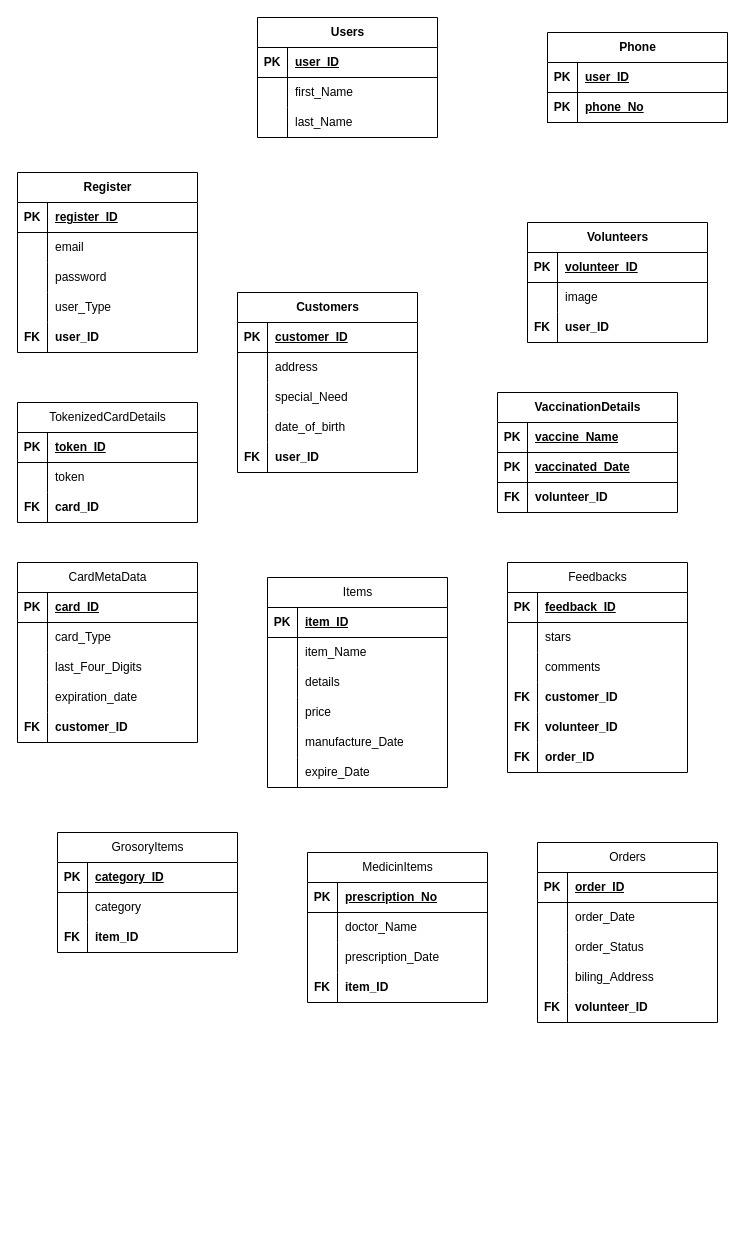
Before: System Analysis and Design ER Diagram.drawio in AnjeloM/AnjeloM, a draw.io diagram. Source tidied: cells renumbered, new cells numbered last; positions are measured from the earlier drawing's top-left corner, leaving out a move shared by most shapes. Both pictures are drawn from the tidied source at 100%, with x=0, y=0 at pixel (17, 17).
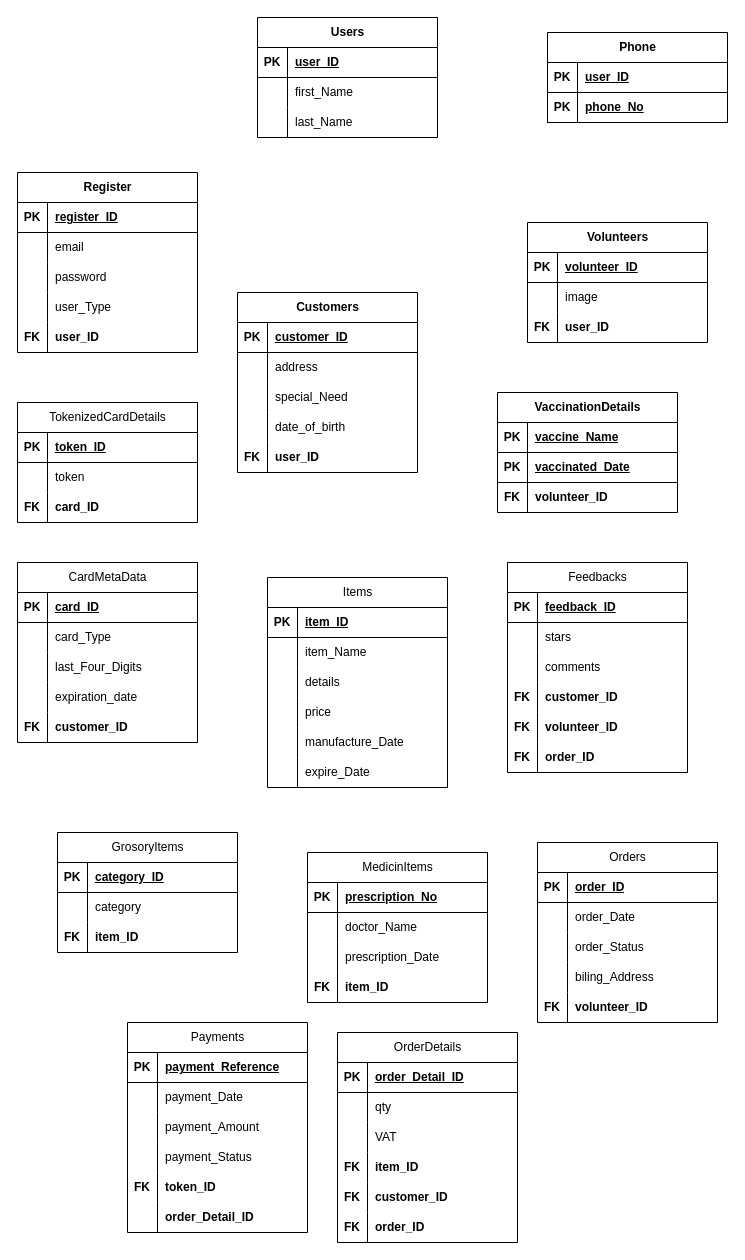
The same diagram, later.

Diff of the diagram source:
```diff
@@
+    <mxCell id="174" value="Payments" style="shape=table;startSize=30;childLayout=tableLayout;rowLines=0;fontStyle=0;align=center;html=1;" parent="1" vertex="1">
+      <mxGeometry x="110" y="1005" width="180" height="210" as="geometry" />
+    </mxCell>
+    <mxCell id="175" style="shape=tableRow;horizontal=0;startSize=0;swimlaneHead=0;swimlaneBody=0;fillColor=none;top=0;left=0;right=0;bottom=1;" parent="174" vertex="1">
+      <mxGeometry y="30" width="180" height="30" as="geometry" />
+    </mxCell>
+    <mxCell id="176" value="PK" style="shape=partialRectangle;fillColor=none;top=0;left=0;bottom=0;right=0;fontStyle=1;overflow=hidden;whiteSpace=wrap;html=1;" parent="175" vertex="1">
+      <mxGeometry width="30" height="30" as="geometry" />
+    </mxCell>
+    <mxCell id="177" value="payment_Reference" style="shape=partialRectangle;fillColor=none;top=0;left=0;bottom=0;right=0;align=left;spacingLeft=6;fontStyle=5;overflow=hidden;whiteSpace=wrap;html=1;" parent="175" vertex="1">
+      <mxGeometry x="30" width="150" height="30" as="geometry" />
+    </mxCell>
+    <mxCell id="178" style="shape=tableRow;horizontal=0;startSize=0;swimlaneHead=0;swimlaneBody=0;fillColor=none;top=0;left=0;right=0;bottom=0;" parent="174" vertex="1">
+      <mxGeometry y="60" width="180" height="30" as="geometry" />
+    </mxCell>
+    <mxCell id="179" style="shape=partialRectangle;fillColor=none;top=0;left=0;bottom=0;right=0;overflow=hidden;whiteSpace=wrap;html=1;" parent="178" vertex="1">
+      <mxGeometry width="30" height="30" as="geometry" />
+    </mxCell>
+    <mxCell id="180" value="payment_Date" style="shape=partialRectangle;fillColor=none;top=0;left=0;bottom=0;right=0;align=left;spacingLeft=6;overflow=hidden;whiteSpace=wrap;html=1;" parent="178" vertex="1">
+      <mxGeometry x="30" width="150" height="30" as="geometry" />
+    </mxCell>
+    <mxCell id="181" style="shape=tableRow;horizontal=0;startSize=0;swimlaneHead=0;swimlaneBody=0;fillColor=none;top=0;left=0;right=0;bottom=0;" parent="174" vertex="1">
+      <mxGeometry y="90" width="180" height="30" as="geometry" />
+    </mxCell>
+    <mxCell id="182" style="shape=partialRectangle;fillColor=none;top=0;left=0;bottom=0;right=0;overflow=hidden;whiteSpace=wrap;html=1;fontStyle=1;" parent="181" vertex="1">
+      <mxGeometry width="30" height="30" as="geometry" />
+    </mxCell>
+    <mxCell id="183" value="payment_Amount" style="shape=partialRectangle;fillColor=none;top=0;left=0;bottom=0;right=0;align=left;spacingLeft=6;overflow=hidden;whiteSpace=wrap;html=1;fontStyle=0;" parent="181" vertex="1">
+      <mxGeometry x="30" width="150" height="30" as="geometry" />
+    </mxCell>
+    <mxCell id="184" style="shape=tableRow;horizontal=0;startSize=0;swimlaneHead=0;swimlaneBody=0;fillColor=none;top=0;left=0;right=0;bottom=0;" parent="174" vertex="1">
+      <mxGeometry y="120" width="180" height="30" as="geometry" />
+    </mxCell>
+    <mxCell id="185" style="shape=partialRectangle;fillColor=none;top=0;left=0;bottom=0;right=0;overflow=hidden;whiteSpace=wrap;html=1;fontStyle=1;" parent="184" vertex="1">
+      <mxGeometry width="30" height="30" as="geometry" />
+    </mxCell>
+    <mxCell id="186" value="payment_Status" style="shape=partialRectangle;fillColor=none;top=0;left=0;bottom=0;right=0;align=left;spacingLeft=6;overflow=hidden;whiteSpace=wrap;html=1;fontStyle=0;" parent="184" vertex="1">
+      <mxGeometry x="30" width="150" height="30" as="geometry" />
+    </mxCell>
+    <mxCell id="187" style="shape=tableRow;horizontal=0;startSize=0;swimlaneHead=0;swimlaneBody=0;fillColor=none;top=0;left=0;right=0;bottom=0;" parent="174" vertex="1">
+      <mxGeometry y="150" width="180" height="30" as="geometry" />
+    </mxCell>
+    <mxCell id="188" value="FK" style="shape=partialRectangle;fillColor=none;top=0;left=0;bottom=0;right=0;overflow=hidden;whiteSpace=wrap;html=1;fontStyle=1;" parent="187" vertex="1">
+      <mxGeometry width="30" height="30" as="geometry" />
+    </mxCell>
+    <mxCell id="189" value="token_ID" style="shape=partialRectangle;fillColor=none;top=0;left=0;bottom=0;right=0;align=left;spacingLeft=6;overflow=hidden;whiteSpace=wrap;html=1;fontStyle=1;" parent="187" vertex="1">
+      <mxGeometry x="30" width="150" height="30" as="geometry" />
+    </mxCell>
+    <mxCell id="190" style="shape=tableRow;horizontal=0;startSize=0;swimlaneHead=0;swimlaneBody=0;fillColor=none;top=0;left=0;right=0;bottom=0;" parent="174" vertex="1">
+      <mxGeometry y="180" width="180" height="30" as="geometry" />
+    </mxCell>
+    <mxCell id="191" style="shape=partialRectangle;fillColor=none;top=0;left=0;bottom=0;right=0;overflow=hidden;whiteSpace=wrap;html=1;fontStyle=1;" parent="190" vertex="1">
+      <mxGeometry width="30" height="30" as="geometry" />
+    </mxCell>
+    <mxCell id="192" value="order_Detail_ID" style="shape=partialRectangle;fillColor=none;top=0;left=0;bottom=0;right=0;align=left;spacingLeft=6;overflow=hidden;whiteSpace=wrap;html=1;fontStyle=1;" parent="190" vertex="1">
+      <mxGeometry x="30" width="150" height="30" as="geometry" />
+    </mxCell>
+    <mxCell id="193" value="OrderDetails" style="shape=table;startSize=30;childLayout=tableLayout;rowLines=0;fontStyle=0;align=center;html=1;" parent="1" vertex="1">
+      <mxGeometry x="320" y="1015" width="180" height="210" as="geometry" />
+    </mxCell>
+    <mxCell id="194" style="shape=tableRow;horizontal=0;startSize=0;swimlaneHead=0;swimlaneBody=0;fillColor=none;top=0;left=0;right=0;bottom=1;" parent="193" vertex="1">
+      <mxGeometry y="30" width="180" height="30" as="geometry" />
+    </mxCell>
+    <mxCell id="195" value="PK" style="shape=partialRectangle;fillColor=none;top=0;left=0;bottom=0;right=0;fontStyle=1;overflow=hidden;whiteSpace=wrap;html=1;" parent="194" vertex="1">
+      <mxGeometry width="30" height="30" as="geometry" />
+    </mxCell>
+    <mxCell id="196" value="&lt;span style=&quot;text-decoration: none;&quot;&gt;order_Detail_ID&lt;/span&gt;" style="shape=partialRectangle;fillColor=none;top=0;left=0;bottom=0;right=0;align=left;spacingLeft=6;fontStyle=5;overflow=hidden;whiteSpace=wrap;html=1;" parent="194" vertex="1">
+      <mxGeometry x="30" width="150" height="30" as="geometry" />
+    </mxCell>
+    <mxCell id="197" style="shape=tableRow;horizontal=0;startSize=0;swimlaneHead=0;swimlaneBody=0;fillColor=none;top=0;left=0;right=0;bottom=0;" parent="193" vertex="1">
+      <mxGeometry y="60" width="180" height="30" as="geometry" />
+    </mxCell>
+    <mxCell id="198" style="shape=partialRectangle;fillColor=none;top=0;left=0;bottom=0;right=0;overflow=hidden;whiteSpace=wrap;html=1;" parent="197" vertex="1">
+      <mxGeometry width="30" height="30" as="geometry" />
+    </mxCell>
+    <mxCell id="199" value="qty" style="shape=partialRectangle;fillColor=none;top=0;left=0;bottom=0;right=0;align=left;spacingLeft=6;overflow=hidden;whiteSpace=wrap;html=1;" parent="197" vertex="1">
+      <mxGeometry x="30" width="150" height="30" as="geometry" />
+    </mxCell>
+    <mxCell id="200" style="shape=tableRow;horizontal=0;startSize=0;swimlaneHead=0;swimlaneBody=0;fillColor=none;top=0;left=0;right=0;bottom=0;" parent="193" vertex="1">
+      <mxGeometry y="90" width="180" height="30" as="geometry" />
+    </mxCell>
+    <mxCell id="201" style="shape=partialRectangle;fillColor=none;top=0;left=0;bottom=0;right=0;overflow=hidden;whiteSpace=wrap;html=1;fontStyle=1;" parent="200" vertex="1">
+      <mxGeometry width="30" height="30" as="geometry" />
+    </mxCell>
+    <mxCell id="202" value="VAT" style="shape=partialRectangle;fillColor=none;top=0;left=0;bottom=0;right=0;align=left;spacingLeft=6;overflow=hidden;whiteSpace=wrap;html=1;fontStyle=0;" parent="200" vertex="1">
+      <mxGeometry x="30" width="150" height="30" as="geometry" />
+    </mxCell>
+    <mxCell id="203" style="shape=tableRow;horizontal=0;startSize=0;swimlaneHead=0;swimlaneBody=0;fillColor=none;top=0;left=0;right=0;bottom=0;" parent="193" vertex="1">
+      <mxGeometry y="120" width="180" height="30" as="geometry" />
+    </mxCell>
+    <mxCell id="204" value="FK" style="shape=partialRectangle;fillColor=none;top=0;left=0;bottom=0;right=0;overflow=hidden;whiteSpace=wrap;html=1;fontStyle=1;" parent="203" vertex="1">
+      <mxGeometry width="30" height="30" as="geometry" />
+    </mxCell>
+    <mxCell id="205" value="item_ID" style="shape=partialRectangle;fillColor=none;top=0;left=0;bottom=0;right=0;align=left;spacingLeft=6;overflow=hidden;whiteSpace=wrap;html=1;fontStyle=1;" parent="203" vertex="1">
+      <mxGeometry x="30" width="150" height="30" as="geometry" />
+    </mxCell>
+    <mxCell id="206" style="shape=tableRow;horizontal=0;startSize=0;swimlaneHead=0;swimlaneBody=0;fillColor=none;top=0;left=0;right=0;bottom=0;" parent="193" vertex="1">
+      <mxGeometry y="150" width="180" height="30" as="geometry" />
+    </mxCell>
+    <mxCell id="207" value="FK" style="shape=partialRectangle;fillColor=none;top=0;left=0;bottom=0;right=0;overflow=hidden;whiteSpace=wrap;html=1;fontStyle=1;" parent="206" vertex="1">
+      <mxGeometry width="30" height="30" as="geometry" />
+    </mxCell>
+    <mxCell id="208" value="customer_ID" style="shape=partialRectangle;fillColor=none;top=0;left=0;bottom=0;right=0;align=left;spacingLeft=6;overflow=hidden;whiteSpace=wrap;html=1;fontStyle=1;" parent="206" vertex="1">
+      <mxGeometry x="30" width="150" height="30" as="geometry" />
+    </mxCell>
+    <mxCell id="209" style="shape=tableRow;horizontal=0;startSize=0;swimlaneHead=0;swimlaneBody=0;fillColor=none;top=0;left=0;right=0;bottom=0;" parent="193" vertex="1">
+      <mxGeometry y="180" width="180" height="30" as="geometry" />
+    </mxCell>
+    <mxCell id="210" value="FK" style="shape=partialRectangle;fillColor=none;top=0;left=0;bottom=0;right=0;overflow=hidden;whiteSpace=wrap;html=1;fontStyle=1;" parent="209" vertex="1">
+      <mxGeometry width="30" height="30" as="geometry" />
+    </mxCell>
+    <mxCell id="211" value="order_ID" style="shape=partialRectangle;fillColor=none;top=0;left=0;bottom=0;right=0;align=left;spacingLeft=6;overflow=hidden;whiteSpace=wrap;html=1;fontStyle=1;" parent="209" vertex="1">
+      <mxGeometry x="30" width="150" height="30" as="geometry" />
+    </mxCell>
```
